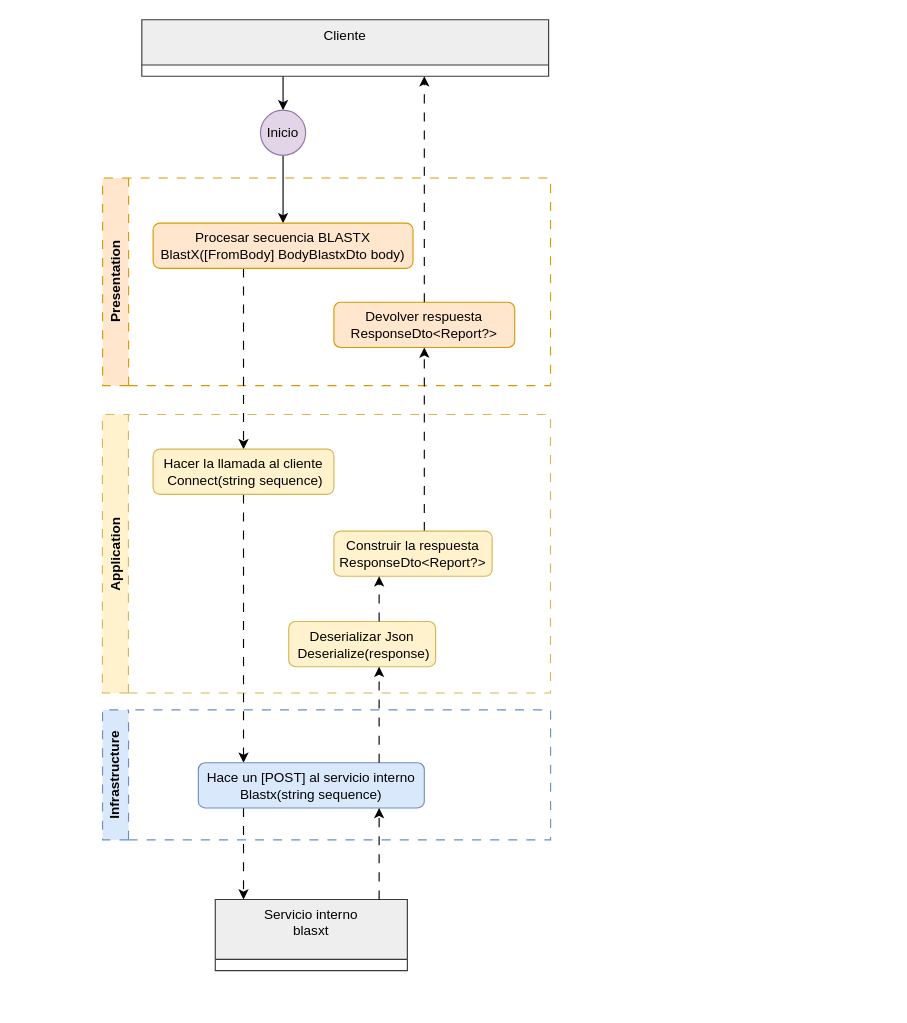
Before: page "blstx" (1 of 2) of Diagrama de procesos - estructura.drawio in vitamina-d/doc, a draw.io diagram. Source tidied: cells renumbered, new cells numbered last; positions are measured from the earlier drawing's top-left corner, leaving out a move shared by most shapes. Both pictures are drawn from the tidied source at 113%, with x=0, y=0 at pixel (141, 19).
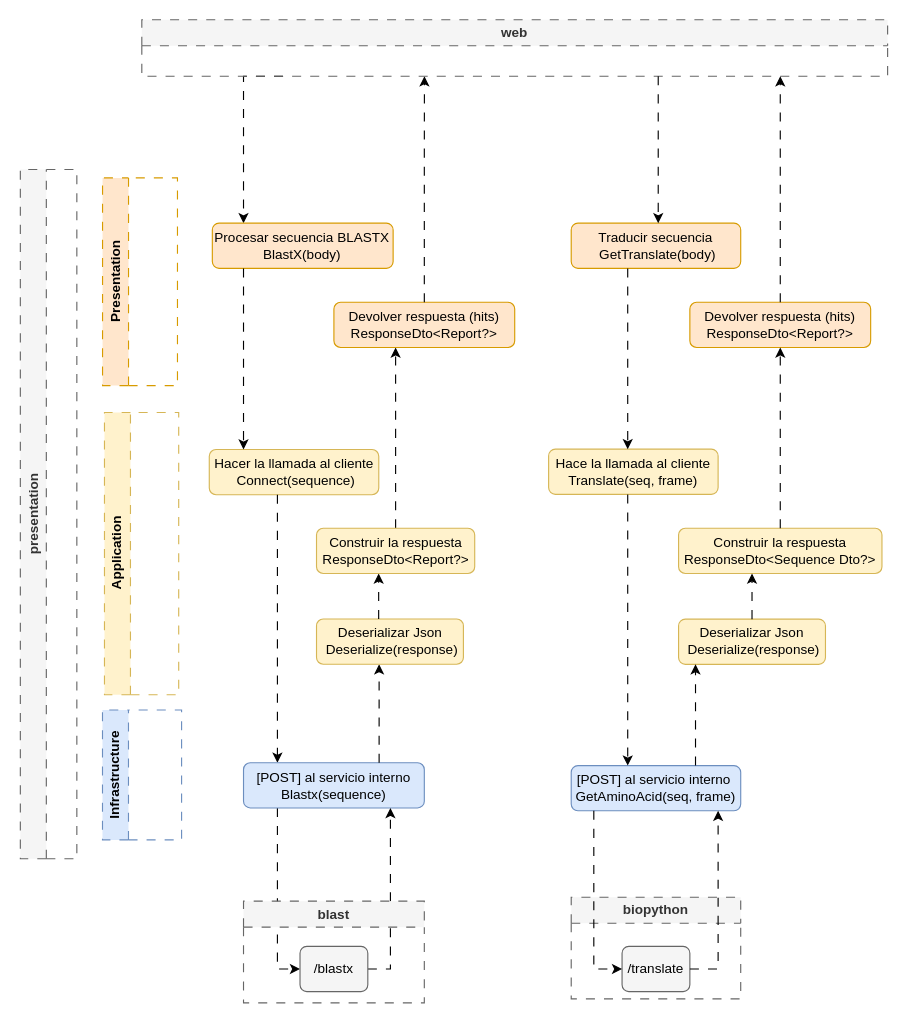
After the change.

Commit message:
get translate

What changed in the source:
```diff
@@
-    <mxCell id="2" style="edgeStyle=orthogonalEdgeStyle;rounded=0;jettySize=auto;html=1;" parent="1" edge="1" source="3" target="9">
+    <mxCell id="2" style="edgeStyle=orthogonalEdgeStyle;rounded=0;jettySize=auto;html=1;dashed=1;dashPattern=8 8;" parent="1" edge="1" target="11">
       <mxGeometry relative="1" as="geometry">
+        <mxPoint x="125" y="50" as="sourcePoint" />
         <Array as="points">
-          <mxPoint x="125" y="70" />
-          <mxPoint x="125" y="70" />
+          <mxPoint x="90" y="50" />
         </Array>
       </mxGeometry>
     </mxCell>
-    <mxCell id="3" value="Cliente" style="swimlane;fontStyle=0;align=center;verticalAlign=top;horizontal=1;startSize=40;rounded=0;shadow=0;strokeWidth=1;rotation=0;fillColor=#eeeeee;strokeColor=#36393d;" parent="1" vertex="1">
-      <mxGeometry width="360" height="50" as="geometry" />
-    </mxCell>
     <mxCell id="4" value="Application" style="swimlane;whiteSpace=wrap;html=1;strokeColor=#d6b656;fillColor=#fff2cc;dashed=1;dashPattern=8 8;rotation=-90;" parent="1" vertex="1">
-      <mxGeometry x="40.2" y="274.3" width="246.4" height="396.5" as="geometry" />
+      <mxGeometry x="-125.1" y="439.6" width="249.8" height="65.7" as="geometry" />
     </mxCell>
+    <mxCell id="13" value="&lt;div&gt;Hacer la llamada al cliente&lt;/div&gt;&amp;nbsp;Connect(sequence)" style="rounded=1;whiteSpace=wrap;html=1;fillColor=#fff2cc;strokeColor=#d6b656;" parent="4" vertex="1">
+      <mxGeometry x="184.8" y="-59.3" width="150" height="40" as="geometry" />
+    </mxCell>
     <mxCell id="5" value="Infrastructure" style="swimlane;whiteSpace=wrap;html=1;strokeColor=#6c8ebf;fillColor=#dae8fc;dashed=1;dashPattern=8 8;rotation=-90;" parent="1" vertex="1">
-      <mxGeometry x="106" y="470" width="115" height="396.5" as="geometry" />
+      <mxGeometry x="-57.3" y="633.3" width="115" height="70" as="geometry" />
     </mxCell>
     <mxCell id="6" value="Presentation" style="swimlane;whiteSpace=wrap;html=1;strokeColor=#d79b00;fillColor=#ffe6cc;dashed=1;dashPattern=8 8;rotation=-90;" parent="1" vertex="1">
-      <mxGeometry x="71.6" y="33.7" width="183.8" height="396.4" as="geometry" />
+      <mxGeometry x="-93.5" y="198.7" width="183.8" height="66.3" as="geometry" />
     </mxCell>
-    <mxCell id="7" value="Servicio interno&#10;blasxt" style="swimlane;fontStyle=0;align=center;verticalAlign=top;horizontal=1;startSize=53;rounded=0;shadow=0;strokeWidth=1;rotation=0;fillColor=#eeeeee;strokeColor=#36393d;" parent="1" vertex="1">
-      <mxGeometry x="65" y="778.5" width="170" height="63" as="geometry" />
-    </mxCell>
-    <mxCell id="8" style="edgeStyle=orthogonalEdgeStyle;rounded=0;jettySize=auto;html=1;" parent="1" edge="1" source="9" target="11">
-      <mxGeometry relative="1" as="geometry" />
-    </mxCell>
-    <mxCell id="9" value="Inicio" style="ellipse;whiteSpace=wrap;html=1;fillColor=#e1d5e7;strokeColor=#9673a6;" parent="1" vertex="1">
-      <mxGeometry x="105" y="80" width="40" height="40" as="geometry" />
-    </mxCell>
+    <mxCell id="11" value="Procesar secuencia BLASTX&lt;div&gt;BlastX(body)&lt;/div&gt;" style="rounded=1;whiteSpace=wrap;html=1;fillColor=#ffe6cc;strokeColor=#d79b00;" parent="6" vertex="1">
+      <mxGeometry x="155.9" y="-18.7" width="160" height="40" as="geometry" />
+    </mxCell>
@@
-    <mxCell id="11" value="Procesar secuencia BLASTX&lt;div&gt;BlastX([FromBody] BodyBlastxDto body)&lt;/div&gt;" style="rounded=1;whiteSpace=wrap;html=1;fillColor=#ffe6cc;strokeColor=#d79b00;" parent="1" vertex="1">
-      <mxGeometry x="10" y="180" width="230" height="40" as="geometry" />
-    </mxCell>
     <mxCell id="12" style="edgeStyle=orthogonalEdgeStyle;rounded=0;jettySize=auto;html=1;dashed=1;dashPattern=8 8;" parent="1" edge="1" source="13" target="15">
       <mxGeometry relative="1" as="geometry">
         <Array as="points">
-          <mxPoint x="90" y="472.5" />
-          <mxPoint x="90" y="472.5" />
+          <mxPoint x="120" y="530" />
+          <mxPoint x="120" y="530" />
         </Array>
       </mxGeometry>
     </mxCell>
-    <mxCell id="13" value="&lt;div&gt;Hacer la llamada al cliente&lt;/div&gt;&amp;nbsp;Connect(string sequence)" style="rounded=1;whiteSpace=wrap;html=1;fillColor=#fff2cc;strokeColor=#d6b656;" parent="1" vertex="1">
-      <mxGeometry x="10" y="380" width="160" height="40" as="geometry" />
-    </mxCell>
-    <mxCell id="14" style="edgeStyle=orthogonalEdgeStyle;rounded=0;jettySize=auto;html=1;dashed=1;dashPattern=8 8;" parent="1" edge="1" source="15" target="7">
+    <mxCell id="14" style="edgeStyle=orthogonalEdgeStyle;rounded=0;jettySize=auto;html=1;dashed=1;dashPattern=8 8;" parent="1" edge="1" source="15" target="26">
       <mxGeometry relative="1" as="geometry">
         <Array as="points">
-          <mxPoint x="90" y="740" />
-          <mxPoint x="90" y="740" />
+          <mxPoint x="120" y="840" />
         </Array>
       </mxGeometry>
     </mxCell>
-    <mxCell id="15" value="&lt;div&gt;&lt;span style=&quot;background-color: transparent; color: light-dark(rgb(0, 0, 0), rgb(255, 255, 255));&quot;&gt;Hace un [POST] al servicio interno Blastx(string sequence)&lt;/span&gt;&lt;/div&gt;" style="rounded=1;whiteSpace=wrap;html=1;fillColor=#dae8fc;strokeColor=#6c8ebf;" parent="1" vertex="1">
-      <mxGeometry x="50" y="657.5" width="200" height="40" as="geometry" />
+    <mxCell id="15" value="&lt;div&gt;&lt;span style=&quot;background-color: transparent; color: light-dark(rgb(0, 0, 0), rgb(255, 255, 255));&quot;&gt;[POST] al servicio interno Blastx(sequence)&lt;/span&gt;&lt;/div&gt;" style="rounded=1;whiteSpace=wrap;html=1;fillColor=#dae8fc;strokeColor=#6c8ebf;" parent="1" vertex="1">
+      <mxGeometry x="90" y="657.5" width="160" height="40" as="geometry" />
     </mxCell>
-    <mxCell id="16" style="edgeStyle=orthogonalEdgeStyle;rounded=0;jettySize=auto;html=1;dashed=1;dashPattern=8 8;" parent="1" edge="1" source="7" target="15">
+    <mxCell id="16" style="edgeStyle=orthogonalEdgeStyle;rounded=0;jettySize=auto;html=1;dashed=1;dashPattern=8 8;" parent="1" edge="1" source="26" target="15">
       <mxGeometry relative="1" as="geometry">
         <Array as="points">
-          <mxPoint x="210" y="740" />
-          <mxPoint x="210" y="740" />
+          <mxPoint x="220" y="840" />
         </Array>
       </mxGeometry>
     </mxCell>
-    <mxCell id="17" value="&lt;div&gt;Deserializar Json&lt;/div&gt;&amp;nbsp;Deserialize(response)" style="rounded=1;whiteSpace=wrap;html=1;fillColor=#fff2cc;strokeColor=#d6b656;" parent="1" vertex="1">
-      <mxGeometry x="130" y="532.5" width="130" height="40" as="geometry" />
-    </mxCell>
@@
-    <mxCell id="20" value="&lt;div&gt;&lt;span style=&quot;background-color: transparent; color: light-dark(rgb(0, 0, 0), rgb(255, 255, 255));&quot;&gt;Construir la respuesta ResponseDto&lt;/span&gt;&lt;span style=&quot;background-color: transparent;&quot;&gt;&amp;lt;Report?&amp;gt;&lt;/span&gt;&lt;/div&gt;" style="rounded=1;whiteSpace=wrap;html=1;fillColor=#fff2cc;strokeColor=#d6b656;" parent="1" vertex="1">
-      <mxGeometry x="170" y="452.5" width="140" height="40" as="geometry" />
-    </mxCell>
-    <mxCell id="21" style="edgeStyle=orthogonalEdgeStyle;rounded=0;jettySize=auto;html=1;dashed=1;dashPattern=8 8;" parent="1" edge="1" source="17" target="20">
-      <mxGeometry relative="1" as="geometry">
-        <Array as="points">
-          <mxPoint x="210" y="510" />
-          <mxPoint x="210" y="510" />
-        </Array>
-      </mxGeometry>
-    </mxCell>
-    <mxCell id="22" value="Devolver respuesta&lt;div&gt;&lt;span style=&quot;color: light-dark(rgb(0, 0, 0), rgb(255, 255, 255)); background-color: transparent;&quot;&gt;ResponseDto&lt;/span&gt;&lt;span style=&quot;background-color: transparent;&quot;&gt;&amp;lt;Report?&amp;gt;&lt;/span&gt;&lt;/div&gt;" style="rounded=1;whiteSpace=wrap;html=1;fillColor=#ffe6cc;strokeColor=#d79b00;" parent="1" vertex="1">
+    <mxCell id="22" value="Devolver respuesta (hits)&lt;div&gt;&lt;span style=&quot;color: light-dark(rgb(0, 0, 0), rgb(255, 255, 255)); background-color: transparent;&quot;&gt;ResponseDto&lt;/span&gt;&lt;span style=&quot;background-color: transparent;&quot;&gt;&amp;lt;Report?&amp;gt;&lt;/span&gt;&lt;/div&gt;" style="rounded=1;whiteSpace=wrap;html=1;fillColor=#ffe6cc;strokeColor=#d79b00;" parent="1" vertex="1">
       <mxGeometry x="170" y="250" width="160" height="40" as="geometry" />
     </mxCell>
-    <mxCell id="23" style="edgeStyle=orthogonalEdgeStyle;rounded=0;jettySize=auto;html=1;dashed=1;dashPattern=8 8;" parent="1" edge="1" source="22" target="3">
+    <mxCell id="23" style="edgeStyle=orthogonalEdgeStyle;rounded=0;jettySize=auto;html=1;dashed=1;dashPattern=8 8;" parent="1" edge="1" source="22">
       <mxGeometry relative="1" as="geometry">
+        <mxPoint x="250.1" y="50" as="targetPoint" />
         <Array as="points">
           <mxPoint x="250" y="120" />
           <mxPoint x="250" y="120" />
         </Array>
       </mxGeometry>
     </mxCell>
+    <mxCell id="24" value="presentation" style="swimlane;whiteSpace=wrap;html=1;strokeColor=#666666;fillColor=#f5f5f5;dashed=1;dashPattern=8 8;rotation=-90;fontColor=#333333;" parent="1" vertex="1">
+      <mxGeometry x="-387.5" y="412.5" width="610" height="50" as="geometry" />
+    </mxCell>
+    <mxCell id="25" value="blast" style="swimlane;whiteSpace=wrap;html=1;strokeColor=#666666;fillColor=#f5f5f5;dashed=1;dashPattern=8 8;rotation=0;fontColor=#333333;" parent="1" vertex="1">
+      <mxGeometry x="90" y="780" width="160" height="90" as="geometry" />
+    </mxCell>
+    <mxCell id="26" value="&lt;div&gt;&lt;span style=&quot;background-color: transparent; color: light-dark(rgb(0, 0, 0), rgb(255, 255, 255));&quot;&gt;/blastx&lt;/span&gt;&lt;/div&gt;" style="rounded=1;whiteSpace=wrap;html=1;fillColor=#f5f5f5;strokeColor=#666666;fontColor=#333333;" parent="25" vertex="1">
+      <mxGeometry x="50" y="40" width="60" height="40" as="geometry" />
+    </mxCell>
+    <mxCell id="27" value="web" style="swimlane;whiteSpace=wrap;html=1;strokeColor=#666666;fillColor=#f5f5f5;dashed=1;dashPattern=8 8;rotation=0;fontColor=#333333;" parent="1" vertex="1">
+      <mxGeometry width="660" height="50" as="geometry" />
+    </mxCell>
+    <mxCell id="28" value="biopython" style="swimlane;whiteSpace=wrap;html=1;strokeColor=#666666;fillColor=#f5f5f5;dashed=1;dashPattern=8 8;rotation=0;fontColor=#333333;" parent="1" vertex="1">
+      <mxGeometry x="380" y="776.5" width="150" height="90" as="geometry" />
+    </mxCell>
+    <mxCell id="29" value="&lt;div&gt;&lt;span style=&quot;background-color: transparent; color: light-dark(rgb(0, 0, 0), rgb(255, 255, 255));&quot;&gt;/translate&lt;/span&gt;&lt;/div&gt;" style="rounded=1;whiteSpace=wrap;html=1;fillColor=#f5f5f5;strokeColor=#666666;fontColor=#333333;" parent="28" vertex="1">
+      <mxGeometry x="45" y="43.5" width="60" height="40" as="geometry" />
+    </mxCell>
+    <mxCell id="30" value="Traducir secuencia&lt;div&gt;&amp;nbsp;GetTranslate(body)&lt;/div&gt;" style="rounded=1;whiteSpace=wrap;html=1;fillColor=#ffe6cc;strokeColor=#d79b00;" parent="1" vertex="1">
+      <mxGeometry x="380" y="180" width="150" height="40" as="geometry" />
+    </mxCell>
+    <mxCell id="31" style="edgeStyle=orthogonalEdgeStyle;rounded=0;jettySize=auto;html=1;dashed=1;dashPattern=8 8;" parent="1" edge="1" source="27" target="30">
+      <mxGeometry relative="1" as="geometry">
+        <Array as="points">
+          <mxPoint x="457" y="80" />
+          <mxPoint x="457" y="80" />
+        </Array>
+      </mxGeometry>
+    </mxCell>
+    <mxCell id="32" value="Hace la llamada al cliente&lt;div&gt;Translate(seq, frame)&lt;/div&gt;" style="rounded=1;whiteSpace=wrap;html=1;fillColor=#fff2cc;strokeColor=#d6b656;" parent="1" vertex="1">
+      <mxGeometry x="360" y="380" width="150" height="40" as="geometry" />
+    </mxCell>
+    <mxCell id="33" style="edgeStyle=orthogonalEdgeStyle;rounded=0;jettySize=auto;html=1;dashed=1;dashPattern=8 8;" parent="1" edge="1" source="30" target="32">
+      <mxGeometry relative="1" as="geometry">
+        <Array as="points">
+          <mxPoint x="430" y="300" />
+          <mxPoint x="430" y="300" />
+        </Array>
+      </mxGeometry>
+    </mxCell>
+    <mxCell id="34" value="&lt;div&gt;&lt;span style=&quot;background-color: transparent; color: light-dark(rgb(0, 0, 0), rgb(255, 255, 255));&quot;&gt;[POST] al servicio interno&amp;nbsp;&lt;/span&gt;&lt;/div&gt;&lt;div&gt;&lt;span style=&quot;background-color: transparent; color: light-dark(rgb(0, 0, 0), rgb(255, 255, 255));&quot;&gt;GetAminoAcid(seq, frame)&lt;/span&gt;&lt;/div&gt;" style="rounded=1;whiteSpace=wrap;html=1;fillColor=#dae8fc;strokeColor=#6c8ebf;" parent="1" vertex="1">
+      <mxGeometry x="380" y="660" width="150" height="40" as="geometry" />
+    </mxCell>
+    <mxCell id="35" style="edgeStyle=orthogonalEdgeStyle;rounded=0;jettySize=auto;html=1;dashed=1;dashPattern=8 8;" parent="1" edge="1" source="32" target="34">
+      <mxGeometry relative="1" as="geometry">
+        <Array as="points">
+          <mxPoint x="430" y="620" />
+          <mxPoint x="430" y="620" />
+        </Array>
+      </mxGeometry>
+    </mxCell>
+    <mxCell id="36" style="edgeStyle=orthogonalEdgeStyle;rounded=0;jettySize=auto;html=1;dashed=1;dashPattern=8 8;" parent="1" edge="1" source="34" target="29">
+      <mxGeometry relative="1" as="geometry">
+        <Array as="points">
+          <mxPoint x="400" y="840" />
+        </Array>
+      </mxGeometry>
+    </mxCell>
+    <mxCell id="37" style="edgeStyle=orthogonalEdgeStyle;rounded=0;jettySize=auto;html=1;dashed=1;dashPattern=8 8;" parent="1" edge="1" source="29" target="34">
+      <mxGeometry relative="1" as="geometry">
+        <Array as="points">
+          <mxPoint x="510" y="840" />
+        </Array>
+      </mxGeometry>
+    </mxCell>
+    <mxCell id="17" value="&lt;div&gt;Deserializar Json&lt;/div&gt;&amp;nbsp;Deserialize(response)" style="rounded=1;whiteSpace=wrap;html=1;fillColor=#fff2cc;strokeColor=#d6b656;" parent="1" vertex="1">
+      <mxGeometry x="154.6" y="530.3" width="130" height="40" as="geometry" />
+    </mxCell>
+    <mxCell id="21" style="edgeStyle=orthogonalEdgeStyle;rounded=0;jettySize=auto;html=1;dashed=1;dashPattern=8 8;" parent="1" edge="1" source="17" target="20">
+      <mxGeometry relative="1" as="geometry">
+        <Array as="points">
+          <mxPoint x="209.6" y="510.4" />
+          <mxPoint x="209.6" y="510.4" />
+        </Array>
+      </mxGeometry>
+    </mxCell>
+    <mxCell id="20" value="&lt;div&gt;&lt;span style=&quot;background-color: transparent; color: light-dark(rgb(0, 0, 0), rgb(255, 255, 255));&quot;&gt;Construir la respuesta ResponseDto&lt;/span&gt;&lt;span style=&quot;background-color: transparent;&quot;&gt;&amp;lt;Report?&amp;gt;&lt;/span&gt;&lt;/div&gt;" style="rounded=1;whiteSpace=wrap;html=1;fillColor=#fff2cc;strokeColor=#d6b656;" parent="1" vertex="1">
+      <mxGeometry x="154.6" y="450" width="140" height="40" as="geometry" />
+    </mxCell>
+    <mxCell id="38" value="&lt;div&gt;Deserializar Json&lt;/div&gt;&amp;nbsp;Deserialize(response)" style="rounded=1;whiteSpace=wrap;html=1;fillColor=#fff2cc;strokeColor=#d6b656;" parent="1" vertex="1">
+      <mxGeometry x="475" y="530.4" width="130" height="40" as="geometry" />
+    </mxCell>
+    <mxCell id="39" value="&lt;div&gt;&lt;span style=&quot;background-color: transparent; color: light-dark(rgb(0, 0, 0), rgb(255, 255, 255));&quot;&gt;Construir la respuesta ResponseDto&lt;/span&gt;&lt;span style=&quot;background-color: transparent;&quot;&gt;&amp;lt;Sequence Dto?&amp;gt;&lt;/span&gt;&lt;/div&gt;" style="rounded=1;whiteSpace=wrap;html=1;fillColor=#fff2cc;strokeColor=#d6b656;" parent="1" vertex="1">
+      <mxGeometry x="475" y="450" width="180" height="40" as="geometry" />
+    </mxCell>
+    <mxCell id="40" style="edgeStyle=orthogonalEdgeStyle;rounded=0;jettySize=auto;html=1;dashed=1;dashPattern=8 8;" parent="1" edge="1" source="34" target="38">
+      <mxGeometry relative="1" as="geometry">
+        <Array as="points">
+          <mxPoint x="490" y="620" />
+          <mxPoint x="490" y="620" />
+        </Array>
+      </mxGeometry>
+    </mxCell>
+    <mxCell id="41" style="edgeStyle=orthogonalEdgeStyle;rounded=0;jettySize=auto;html=1;dashed=1;dashPattern=8 8;" parent="1" edge="1" source="38" target="39">
+      <mxGeometry relative="1" as="geometry">
+        <Array as="points">
+          <mxPoint x="540" y="500" />
+          <mxPoint x="540" y="500" />
+        </Array>
+      </mxGeometry>
+    </mxCell>
+    <mxCell id="42" value="Devolver respuesta (hits)&lt;div&gt;&lt;span style=&quot;color: light-dark(rgb(0, 0, 0), rgb(255, 255, 255)); background-color: transparent;&quot;&gt;ResponseDto&lt;/span&gt;&lt;span style=&quot;background-color: transparent;&quot;&gt;&amp;lt;Report?&amp;gt;&lt;/span&gt;&lt;/div&gt;" style="rounded=1;whiteSpace=wrap;html=1;fillColor=#ffe6cc;strokeColor=#d79b00;" parent="1" vertex="1">
+      <mxGeometry x="485" y="250" width="160" height="40" as="geometry" />
+    </mxCell>
+    <mxCell id="43" style="edgeStyle=orthogonalEdgeStyle;rounded=0;jettySize=auto;html=1;dashed=1;dashPattern=8 8;" parent="1" edge="1" source="39" target="42">
+      <mxGeometry relative="1" as="geometry" />
+    </mxCell>
+    <mxCell id="44" style="edgeStyle=orthogonalEdgeStyle;rounded=0;jettySize=auto;html=1;dashed=1;dashPattern=8 8;" parent="1" edge="1" source="42" target="27">
+      <mxGeometry relative="1" as="geometry">
+        <Array as="points">
+          <mxPoint x="565" y="110" />
+          <mxPoint x="565" y="110" />
+        </Array>
+      </mxGeometry>
+    </mxCell>
```
